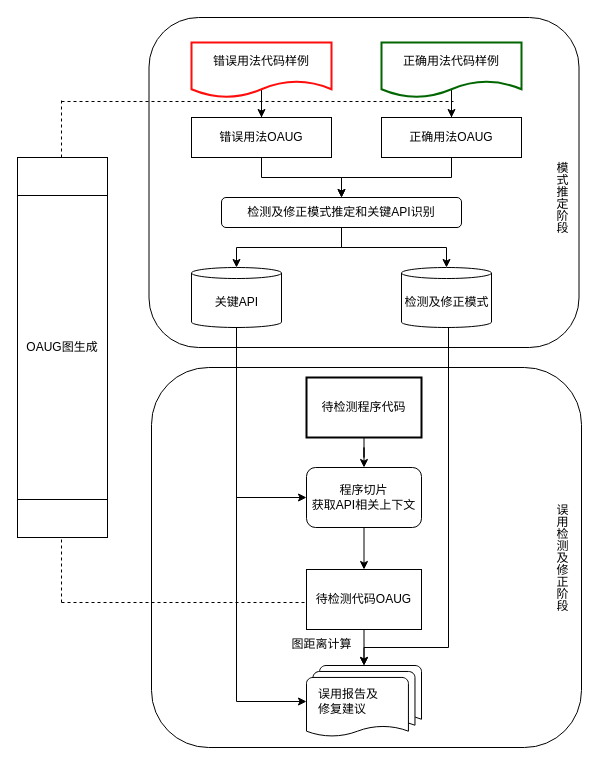
Earlier version of the draw.io diagram 整体架构24.drawio (ToJ112/pic-md). Source tidied: cells renumbered, new cells numbered last; positions are measured from the earlier drawing's top-left corner, leaving out a move shared by most shapes. Both pictures are drawn from the tidied source at 100%, with x=0, y=0 at pixel (17, 17).
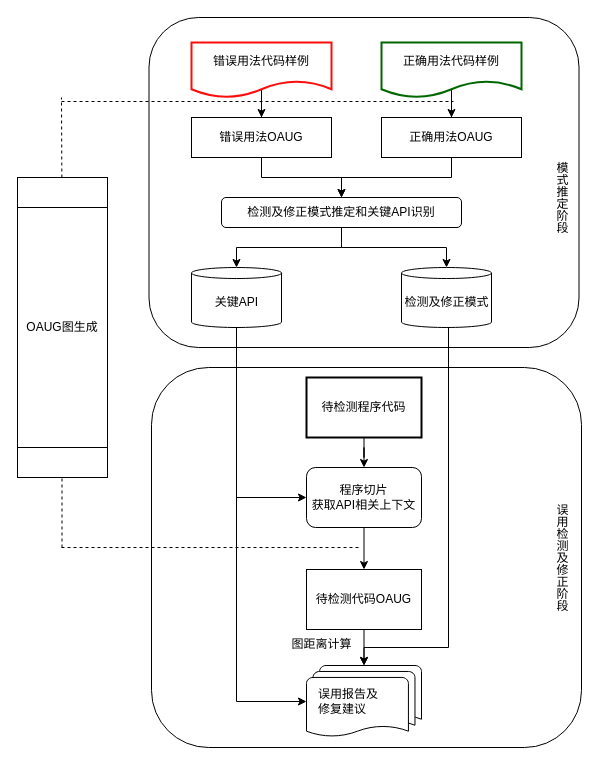
The same diagram, later.

Commit message:
更新整体架构24.drawio

The edit, as a diff of the source:
```diff
@@
     <mxCell id="36" style="endArrow=none;dashed=1;html=1;rounded=0;" parent="1" edge="1">
       <mxGeometry relative="1" as="geometry">
-        <mxPoint x="44" y="585" as="sourcePoint" />
-        <mxPoint x="289" y="585" as="targetPoint" />
+        <mxPoint x="44" y="530" as="sourcePoint" />
+        <mxPoint x="344" y="530" as="targetPoint" />
       </mxGeometry>
     </mxCell>
@@
-    <mxCell id="38" style="endArrow=none;dashed=1;html=1;rounded=0;" parent="1" edge="1">
+    <mxCell id="38" style="endArrow=none;dashed=1;html=1;rounded=0;" parent="1" edge="1" source="40">
       <mxGeometry relative="1" as="geometry">
-        <mxPoint x="44" y="350" as="sourcePoint" />
         <mxPoint x="44" y="80" as="targetPoint" />
       </mxGeometry>
     </mxCell>
     <mxCell id="39" style="endArrow=none;dashed=1;html=1;rounded=0;" parent="1" edge="1">
       <mxGeometry relative="1" as="geometry">
-        <mxPoint x="44" y="585" as="sourcePoint" />
-        <mxPoint x="44" y="395" as="targetPoint" />
+        <mxPoint x="44.5" y="530" as="sourcePoint" />
+        <mxPoint x="44.5" y="340" as="targetPoint" />
       </mxGeometry>
     </mxCell>
+    <mxCell id="41" style="endArrow=none;dashed=1;html=1;rounded=0;" parent="1" edge="1" target="40">
+      <mxGeometry relative="1" as="geometry">
+        <mxPoint x="44" y="350" as="sourcePoint" />
+      </mxGeometry>
+    </mxCell>
     <mxCell id="40" value="OAUG图生成" style="shape=process;whiteSpace=wrap;html=1;backgroundOutline=1;direction=south;" parent="1" vertex="1">
-      <mxGeometry y="140" width="90" height="380" as="geometry" />
+      <mxGeometry y="160" width="90" height="300" as="geometry" />
     </mxCell>
```
